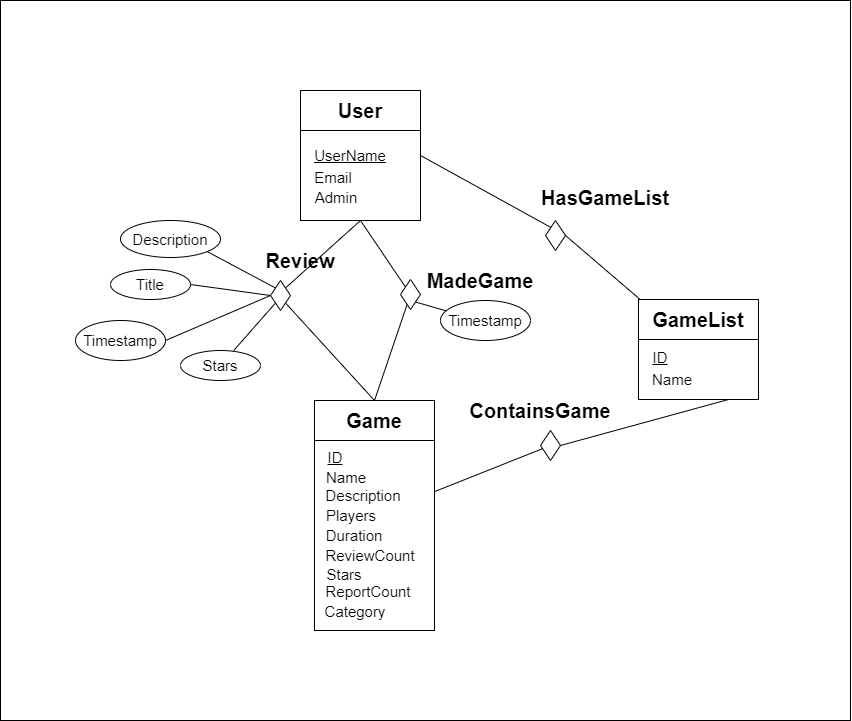
Earlier version of the draw.io export backend/databaseModel/model.png (G-dubbbz/bryt-isen). Source tidied: cells renumbered, new cells last; positions are measured from the earlier drawing's top-left corner, leaving out a move shared by most shapes.
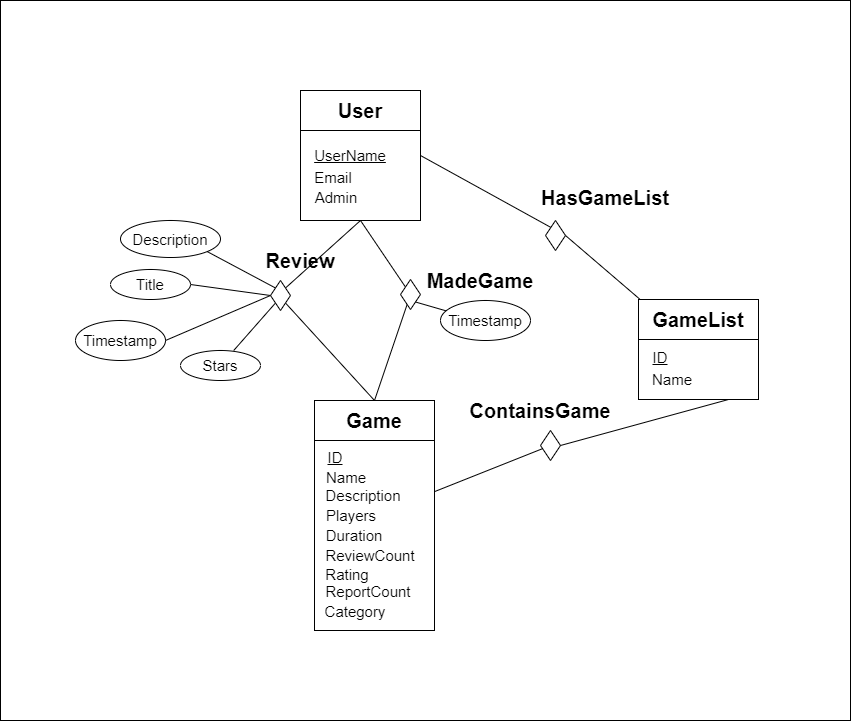
After the change.

Change to the diagram source:
```diff
@@ -172,8 +172,8 @@
     <mxCell id="57" value="ReviewCount" style="text;html=1;strokeColor=none;fillColor=none;align=center;verticalAlign=middle;whiteSpace=wrap;rounded=0;fontSize=15;" parent="47" vertex="1">
       <mxGeometry x="29" y="140" width="60" height="30" as="geometry" />
     </mxCell>
-    <mxCell id="58" value="Stars" style="text;html=1;strokeColor=none;fillColor=none;align=center;verticalAlign=middle;whiteSpace=wrap;rounded=0;fontSize=15;" parent="47" vertex="1">
-      <mxGeometry x="3" y="159" width="60" height="30" as="geometry" />
+    <mxCell id="58" value="Rating" style="text;html=1;strokeColor=none;fillColor=none;align=center;verticalAlign=middle;whiteSpace=wrap;rounded=0;fontSize=15;" parent="47" vertex="1">
+      <mxGeometry x="6" y="159" width="60" height="30" as="geometry" />
     </mxCell>
     <mxCell id="59" style="group;" parent="1" vertex="1">
       <mxGeometry x="180" y="350" width="80" height="30" as="geometry" />
```
